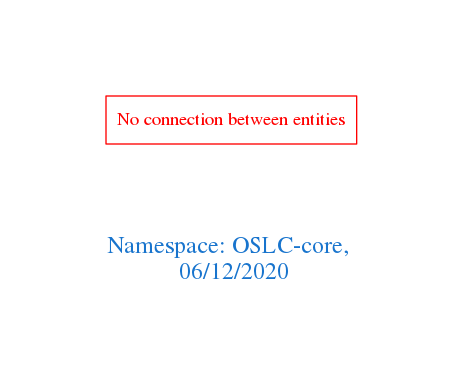
Above: downloads/OSLC-core.png in arago/OGIT (Graphviz), before the change. Its source is kept beside it as downloads/OSLC-core.dot.
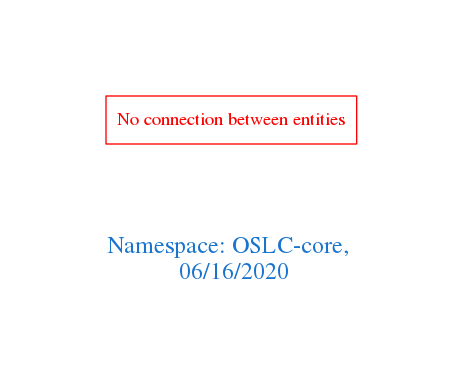
After the commit.

Diff of the diagram source:
```diff
@@ -1,7 +1,7 @@
 digraph OGIT_ontology {
  graph [ rankdir= LR,pad=1
 fontsize = 18,
-fontcolor= dodgerblue3,label = "\n\n\nNamespace: OSLC-core, \n 06/12/2020"];
+fontcolor= dodgerblue3,label = "\n\n\nNamespace: OSLC-core, \n 06/16/2020"];
 node[shape=polygon];
 edge [  color="gray81"];
 
```
